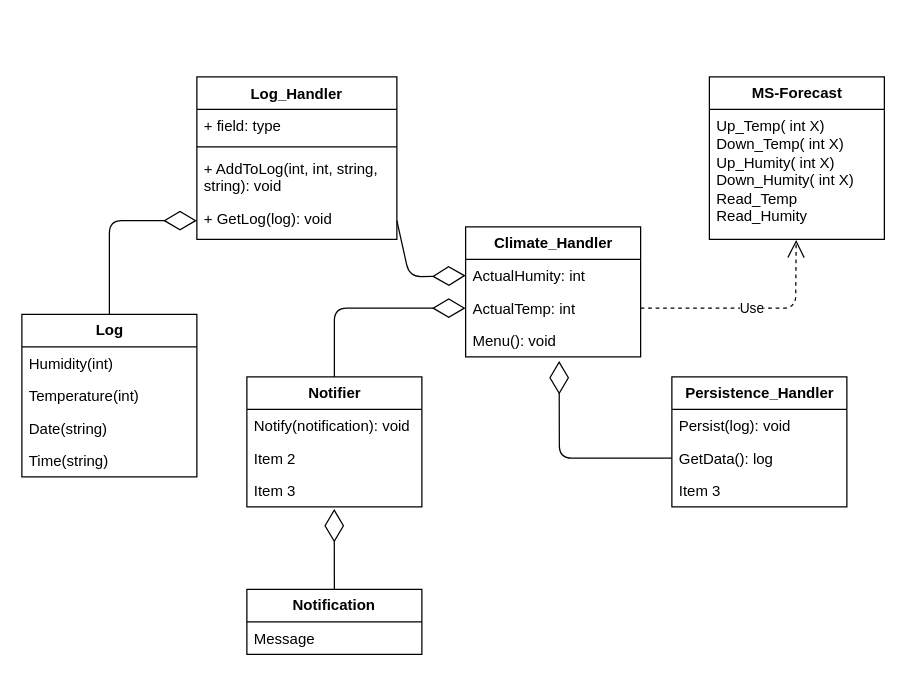
This is UML/Classes/Class_diagram.drawio from cirobrachetta/climate_handler, a draw.io file, before an edit. Source tidied: cells renumbered, new cells numbered last; positions are measured from the earlier drawing's top-left corner, leaving out a move shared by most shapes. Both pictures are drawn from the tidied source at 125%, with x=0, y=0 at pixel (21, 76).
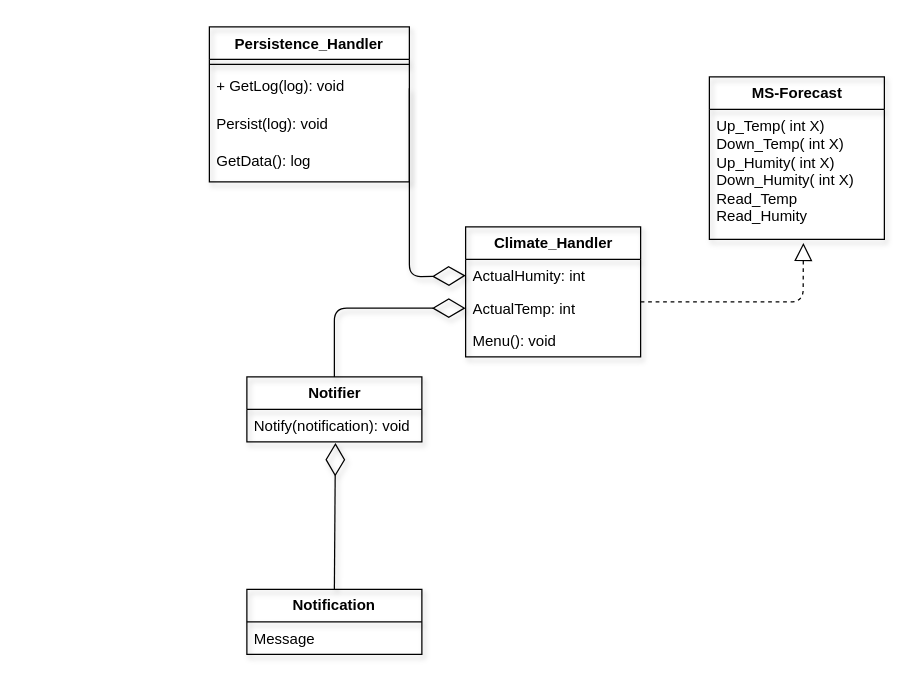
Above is the later version.

Change to the diagram source:
```diff
@@
-<mxGraphModel>
+<mxGraphModel background="#ffffff">
@@
-    <mxCell id="2" value="&lt;b&gt;MS-Forecast&lt;/b&gt;" style="swimlane;fontStyle=0;horizontal=1;startSize=26;fillColor=none;html=1;" parent="1" vertex="1">
+    <mxCell id="2" value="&lt;b&gt;MS-Forecast&lt;/b&gt;" style="swimlane;fontStyle=0;horizontal=1;startSize=26;fillColor=none;html=1;shadow=1;" parent="1" vertex="1">
       <mxGeometry x="550" width="140" height="130" as="geometry" />
     </mxCell>
-    <mxCell id="3" value="&lt;div&gt;&lt;font color=&quot;#000000&quot;&gt;Up_Temp( int X)&lt;/font&gt;&lt;/div&gt;&lt;div&gt;&lt;font color=&quot;#000000&quot;&gt;Down_Temp( int X)&lt;/font&gt;&lt;/div&gt;&lt;div&gt;&lt;font color=&quot;#000000&quot;&gt;Up_Humity( int X)&lt;/font&gt;&lt;/div&gt;&lt;div&gt;&lt;font color=&quot;#000000&quot;&gt;Down_Humity( int X)&lt;/font&gt;&lt;/div&gt;&lt;div&gt;&lt;font color=&quot;#000000&quot;&gt;Read_Temp&lt;/font&gt;&lt;/div&gt;&lt;div&gt;&lt;font color=&quot;#000000&quot;&gt;Read_Humity&lt;/font&gt;&lt;/div&gt;" style="text;strokeColor=none;fillColor=none;align=left;verticalAlign=top;spacingLeft=4;spacingRight=4;overflow=hidden;points=[[0,0.5],[1,0.5]];portConstraint=eastwest;whiteSpace=wrap;html=1;" parent="2" vertex="1">
+    <mxCell id="3" value="&lt;div&gt;&lt;font color=&quot;#000000&quot;&gt;Up_Temp( int X)&lt;/font&gt;&lt;/div&gt;&lt;div&gt;&lt;font color=&quot;#000000&quot;&gt;Down_Temp( int X)&lt;/font&gt;&lt;/div&gt;&lt;div&gt;&lt;font color=&quot;#000000&quot;&gt;Up_Humity( int X)&lt;/font&gt;&lt;/div&gt;&lt;div&gt;&lt;font color=&quot;#000000&quot;&gt;Down_Humity( int X)&lt;/font&gt;&lt;/div&gt;&lt;div&gt;&lt;font color=&quot;#000000&quot;&gt;Read_Temp&lt;/font&gt;&lt;/div&gt;&lt;div&gt;&lt;font color=&quot;#000000&quot;&gt;Read_Humity&lt;/font&gt;&lt;/div&gt;" style="text;strokeColor=none;fillColor=none;align=left;verticalAlign=top;spacingLeft=4;spacingRight=4;overflow=hidden;points=[[0,0.5],[1,0.5]];portConstraint=eastwest;whiteSpace=wrap;html=1;shadow=1;" parent="2" vertex="1">
       <mxGeometry y="26" width="140" height="104" as="geometry" />
     </mxCell>
-    <mxCell id="4" value="&lt;b&gt;Log&lt;/b&gt;" style="swimlane;fontStyle=0;horizontal=1;startSize=26;fillColor=none;html=1;" parent="1" vertex="1">
-      <mxGeometry y="190" width="140" height="130" as="geometry" />
-    </mxCell>
-    <mxCell id="5" value="Humidity(int)" style="text;strokeColor=none;fillColor=none;align=left;verticalAlign=top;spacingLeft=4;spacingRight=4;overflow=hidden;whiteSpace=wrap;html=1;" parent="4" vertex="1">
-      <mxGeometry y="26" width="140" height="26" as="geometry" />
-    </mxCell>
-    <mxCell id="6" value="Temperature(int)" style="text;strokeColor=none;fillColor=none;align=left;verticalAlign=top;spacingLeft=4;spacingRight=4;overflow=hidden;whiteSpace=wrap;html=1;" parent="4" vertex="1">
-      <mxGeometry y="52" width="140" height="26" as="geometry" />
-    </mxCell>
-    <mxCell id="7" value="Date(string)" style="text;strokeColor=none;fillColor=none;align=left;verticalAlign=top;spacingLeft=4;spacingRight=4;overflow=hidden;whiteSpace=wrap;html=1;" parent="4" vertex="1">
-      <mxGeometry y="78" width="140" height="26" as="geometry" />
-    </mxCell>
-    <mxCell id="8" value="Time(string)" style="text;strokeColor=none;fillColor=none;align=left;verticalAlign=top;spacingLeft=4;spacingRight=4;overflow=hidden;whiteSpace=wrap;html=1;" parent="4" vertex="1">
-      <mxGeometry y="104" width="140" height="26" as="geometry" />
-    </mxCell>
-    <mxCell id="9" value="&lt;b&gt;Notifier&lt;/b&gt;" style="swimlane;fontStyle=0;horizontal=1;startSize=26;fillColor=none;html=1;" parent="1" vertex="1">
-      <mxGeometry x="180" y="240" width="140" height="104" as="geometry" />
+    <mxCell id="9" value="&lt;b&gt;Notifier&lt;/b&gt;" style="swimlane;fontStyle=0;horizontal=1;startSize=26;fillColor=none;html=1;shadow=1;" parent="1" vertex="1">
+      <mxGeometry x="180" y="240" width="140" height="52" as="geometry" />
     </mxCell>
-    <mxCell id="10" value="Notify(notification): void" style="text;strokeColor=none;fillColor=none;align=left;verticalAlign=top;spacingLeft=4;spacingRight=4;overflow=hidden;points=[[0,0.5],[1,0.5]];portConstraint=eastwest;whiteSpace=wrap;html=1;" parent="9" vertex="1">
+    <mxCell id="10" value="Notify(notification): void" style="text;strokeColor=none;fillColor=none;align=left;verticalAlign=top;spacingLeft=4;spacingRight=4;overflow=hidden;points=[[0,0.5],[1,0.5]];portConstraint=eastwest;whiteSpace=wrap;html=1;shadow=1;" parent="9" vertex="1">
       <mxGeometry y="26" width="140" height="26" as="geometry" />
     </mxCell>
-    <mxCell id="11" value="Item 2" style="text;strokeColor=none;fillColor=none;align=left;verticalAlign=top;spacingLeft=4;spacingRight=4;overflow=hidden;whiteSpace=wrap;html=1;" parent="9" vertex="1">
-      <mxGeometry y="52" width="140" height="26" as="geometry" />
-    </mxCell>
-    <mxCell id="12" value="Item 3" style="text;strokeColor=none;fillColor=none;align=left;verticalAlign=top;spacingLeft=4;spacingRight=4;overflow=hidden;points=[[0,0.5],[1,0.5]];portConstraint=eastwest;whiteSpace=wrap;html=1;" parent="9" vertex="1">
-      <mxGeometry y="78" width="140" height="26" as="geometry" />
-    </mxCell>
-    <mxCell id="13" value="&lt;b&gt;Persistence_Handler&lt;/b&gt;" style="swimlane;fontStyle=0;horizontal=1;startSize=26;fillColor=none;html=1;" parent="1" vertex="1">
-      <mxGeometry x="520" y="240" width="140" height="104" as="geometry" />
-    </mxCell>
-    <mxCell id="14" value="Persist(log): void" style="text;strokeColor=none;fillColor=none;align=left;verticalAlign=top;spacingLeft=4;spacingRight=4;overflow=hidden;whiteSpace=wrap;html=1;" parent="13" vertex="1">
-      <mxGeometry y="26" width="140" height="26" as="geometry" />
-    </mxCell>
-    <mxCell id="15" value="GetData(): log" style="text;strokeColor=none;fillColor=none;align=left;verticalAlign=top;spacingLeft=4;spacingRight=4;overflow=hidden;points=[[0,0.5],[1,0.5]];portConstraint=eastwest;whiteSpace=wrap;html=1;" parent="13" vertex="1">
-      <mxGeometry y="52" width="140" height="26" as="geometry" />
-    </mxCell>
-    <mxCell id="16" value="Item 3" style="text;strokeColor=none;fillColor=none;align=left;verticalAlign=top;spacingLeft=4;spacingRight=4;overflow=hidden;whiteSpace=wrap;html=1;" parent="13" vertex="1">
-      <mxGeometry y="78" width="140" height="26" as="geometry" />
-    </mxCell>
-    <mxCell id="17" value="&lt;b&gt;Climate_Handler&lt;/b&gt;" style="swimlane;fontStyle=0;horizontal=1;startSize=26;fillColor=none;html=1;" parent="1" vertex="1">
+    <mxCell id="17" value="&lt;b&gt;Climate_Handler&lt;/b&gt;" style="swimlane;fontStyle=0;horizontal=1;startSize=26;fillColor=none;html=1;shadow=1;" parent="1" vertex="1">
       <mxGeometry x="355" y="120" width="140" height="104" as="geometry" />
     </mxCell>
-    <mxCell id="18" value="ActualHumity: int" style="text;strokeColor=none;fillColor=none;align=left;verticalAlign=top;spacingLeft=4;spacingRight=4;overflow=hidden;points=[[0,0.5],[1,0.5]];portConstraint=eastwest;whiteSpace=wrap;html=1;" parent="17" vertex="1">
+    <mxCell id="18" value="ActualHumity: int" style="text;strokeColor=none;fillColor=none;align=left;verticalAlign=top;spacingLeft=4;spacingRight=4;overflow=hidden;points=[[0,0.5],[1,0.5]];portConstraint=eastwest;whiteSpace=wrap;html=1;shadow=1;" parent="17" vertex="1">
       <mxGeometry y="26" width="140" height="26" as="geometry" />
     </mxCell>
-    <mxCell id="19" value="ActualTemp: int" style="text;strokeColor=none;fillColor=none;align=left;verticalAlign=top;spacingLeft=4;spacingRight=4;overflow=hidden;points=[[0,0.5],[1,0.5]];portConstraint=eastwest;whiteSpace=wrap;html=1;" parent="17" vertex="1">
+    <mxCell id="19" value="ActualTemp: int" style="text;strokeColor=none;fillColor=none;align=left;verticalAlign=top;spacingLeft=4;spacingRight=4;overflow=hidden;points=[[0,0.5],[1,0.5]];portConstraint=eastwest;whiteSpace=wrap;html=1;shadow=1;" parent="17" vertex="1">
       <mxGeometry y="52" width="140" height="26" as="geometry" />
     </mxCell>
-    <mxCell id="20" value="Menu(): void" style="text;strokeColor=none;fillColor=none;align=left;verticalAlign=top;spacingLeft=4;spacingRight=4;overflow=hidden;whiteSpace=wrap;html=1;" parent="17" vertex="1">
+    <mxCell id="20" value="Menu(): void" style="text;strokeColor=none;fillColor=none;align=left;verticalAlign=top;spacingLeft=4;spacingRight=4;overflow=hidden;whiteSpace=wrap;html=1;shadow=1;" parent="17" vertex="1">
       <mxGeometry y="78" width="140" height="26" as="geometry" />
     </mxCell>
-    <mxCell id="21" style="endArrow=diamondThin;endFill=0;endSize=24;html=1;exitX=0.5;exitY=0;exitDx=0;exitDy=0;entryX=0;entryY=0.5;entryDx=0;entryDy=0;" parent="1" edge="1" source="9" target="19">
+    <mxCell id="21" style="endArrow=diamondThin;endFill=0;endSize=24;html=1;exitX=0.5;exitY=0;exitDx=0;exitDy=0;entryX=0;entryY=0.5;entryDx=0;entryDy=0;shadow=1;" parent="1" edge="1" source="9" target="19">
       <mxGeometry relative="1" as="geometry">
         <Array as="points">
           <mxPoint x="250" y="185" />
         </Array>
       </mxGeometry>
     </mxCell>
-    <mxCell id="22" value="Log_Handler" style="swimlane;fontStyle=1;align=center;verticalAlign=top;horizontal=1;startSize=26;whiteSpace=wrap;html=1;" parent="1" vertex="1">
-      <mxGeometry x="140" width="160" height="130" as="geometry" />
+    <mxCell id="22" value="Persistence_Handler" style="swimlane;fontStyle=1;align=center;verticalAlign=top;horizontal=1;startSize=26;whiteSpace=wrap;html=1;fillColor=none;shadow=1;" parent="1" vertex="1">
+      <mxGeometry x="150" y="-40" width="160" height="124" as="geometry" />
     </mxCell>
-    <mxCell id="23" value="+ field: type" style="text;strokeColor=none;fillColor=none;align=left;verticalAlign=top;spacingLeft=4;spacingRight=4;overflow=hidden;whiteSpace=wrap;html=1;" parent="22" vertex="1">
-      <mxGeometry y="26" width="160" height="26" as="geometry" />
-    </mxCell>
-    <mxCell id="24" style="line;strokeWidth=1;fillColor=none;align=left;verticalAlign=middle;spacingTop=-1;spacingLeft=3;spacingRight=3;labelPosition=right;strokeColor=inherit;" parent="22" vertex="1">
-      <mxGeometry y="52" width="160" height="8" as="geometry" />
+    <mxCell id="24" style="line;strokeWidth=1;fillColor=none;align=left;verticalAlign=middle;spacingTop=-1;spacingLeft=3;spacingRight=3;labelPosition=right;strokeColor=inherit;shadow=1;" parent="22" vertex="1">
+      <mxGeometry y="26" width="160" height="8" as="geometry" />
     </mxCell>
-    <mxCell id="25" value="+ AddToLog(int, int, string, string): void" style="text;strokeColor=none;fillColor=none;align=left;verticalAlign=top;spacingLeft=4;spacingRight=4;overflow=hidden;whiteSpace=wrap;html=1;" parent="22" vertex="1">
-      <mxGeometry y="60" width="160" height="40" as="geometry" />
-    </mxCell>
-    <mxCell id="26" value="+ GetLog(log): void" style="text;strokeColor=none;fillColor=none;align=left;verticalAlign=top;spacingLeft=4;spacingRight=4;overflow=hidden;points=[[0,0.5],[1,0.5]];portConstraint=eastwest;whiteSpace=wrap;html=1;" parent="22" vertex="1">
-      <mxGeometry y="100" width="160" height="30" as="geometry" />
+    <mxCell id="26" value="+ GetLog(log): void" style="text;strokeColor=none;fillColor=none;align=left;verticalAlign=top;spacingLeft=4;spacingRight=4;overflow=hidden;points=[[0,0.5],[1,0.5]];portConstraint=eastwest;whiteSpace=wrap;html=1;shadow=1;" parent="22" vertex="1">
+      <mxGeometry y="34" width="160" height="30" as="geometry" />
     </mxCell>
+    <mxCell id="14" value="&lt;span style=&quot;color: rgb(0, 0, 0);&quot;&gt;Persist(log): void&lt;/span&gt;" style="text;strokeColor=none;fillColor=none;align=left;verticalAlign=top;spacingLeft=4;spacingRight=4;overflow=hidden;whiteSpace=wrap;html=1;shadow=1;" parent="22" vertex="1">
+      <mxGeometry y="64" width="160" height="30" as="geometry" />
+    </mxCell>
+    <mxCell id="15" value="&lt;span style=&quot;color: rgb(0, 0, 0);&quot;&gt;GetData(): log&lt;/span&gt;" style="text;strokeColor=none;fillColor=none;align=left;verticalAlign=top;spacingLeft=4;spacingRight=4;overflow=hidden;points=[[0,0.5],[1,0.5]];portConstraint=eastwest;whiteSpace=wrap;html=1;shadow=1;" parent="22" vertex="1">
+      <mxGeometry y="94" width="160" height="30" as="geometry" />
+    </mxCell>
-    <mxCell id="27" value="&lt;b&gt;Notification&lt;/b&gt;" style="swimlane;fontStyle=0;horizontal=1;startSize=26;fillColor=none;whiteSpace=wrap;html=1;" parent="1" vertex="1">
+    <mxCell id="27" value="&lt;b&gt;Notification&lt;/b&gt;" style="swimlane;fontStyle=0;horizontal=1;startSize=26;fillColor=none;whiteSpace=wrap;html=1;shadow=1;" parent="1" vertex="1">
       <mxGeometry x="180" y="410" width="140" height="52" as="geometry" />
     </mxCell>
-    <mxCell id="28" value="Message" style="text;strokeColor=none;fillColor=none;align=left;verticalAlign=top;spacingLeft=4;spacingRight=4;overflow=hidden;whiteSpace=wrap;html=1;" parent="27" vertex="1">
+    <mxCell id="28" value="Message" style="text;strokeColor=none;fillColor=none;align=left;verticalAlign=top;spacingLeft=4;spacingRight=4;overflow=hidden;whiteSpace=wrap;html=1;shadow=1;" parent="27" vertex="1">
       <mxGeometry y="26" width="140" height="26" as="geometry" />
     </mxCell>
-    <mxCell id="29" style="endArrow=diamondThin;endFill=0;endSize=24;html=1;exitX=0.5;exitY=0;exitDx=0;exitDy=0;entryX=0.499;entryY=1.062;entryDx=0;entryDy=0;entryPerimeter=0;" parent="1" edge="1" source="27" target="12">
+    <mxCell id="29" style="endArrow=diamondThin;endFill=0;endSize=24;html=1;exitX=0.5;exitY=0;exitDx=0;exitDy=0;entryX=0.506;entryY=1.031;entryDx=0;entryDy=0;entryPerimeter=0;shadow=1;" parent="1" edge="1" source="27" target="10">
       <mxGeometry relative="1" as="geometry" />
     </mxCell>
-    <mxCell id="30" value="Use" style="endArrow=open;endSize=12;dashed=1;html=1;exitX=1;exitY=0.5;exitDx=0;exitDy=0;entryX=0.496;entryY=1.004;entryDx=0;entryDy=0;entryPerimeter=0;" parent="1" edge="1" source="19" target="3">
-      <mxGeometry relative="1" as="geometry">
-        <Array as="points">
-          <mxPoint x="619" y="185" />
-        </Array>
-      </mxGeometry>
-    </mxCell>
-    <mxCell id="31" style="endArrow=diamondThin;endFill=0;endSize=24;html=1;exitX=0;exitY=0.5;exitDx=0;exitDy=0;entryX=0.534;entryY=1.123;entryDx=0;entryDy=0;entryPerimeter=0;" parent="1" edge="1" source="15">
-      <mxGeometry relative="1" as="geometry">
-        <mxPoint x="429.8" y="227.2" as="targetPoint" />
-        <Array as="points">
-          <mxPoint x="430" y="305" />
-        </Array>
-      </mxGeometry>
-    </mxCell>
-    <mxCell id="32" style="endArrow=diamondThin;endFill=0;endSize=24;html=1;exitX=0.5;exitY=0;exitDx=0;exitDy=0;entryX=0;entryY=0.5;entryDx=0;entryDy=0;" parent="1" edge="1" source="4" target="26">
-      <mxGeometry relative="1" as="geometry">
-        <Array as="points">
-          <mxPoint x="70" y="115" />
-        </Array>
-      </mxGeometry>
-    </mxCell>
-    <mxCell id="33" style="endArrow=diamondThin;endFill=0;endSize=24;html=1;exitX=1;exitY=0.5;exitDx=0;exitDy=0;entryX=0;entryY=0.5;entryDx=0;entryDy=0;" parent="1" edge="1" source="26" target="18">
+    <mxCell id="33" style="endArrow=diamondThin;endFill=0;endSize=24;html=1;exitX=1;exitY=0.5;exitDx=0;exitDy=0;entryX=0;entryY=0.5;entryDx=0;entryDy=0;shadow=1;" parent="1" edge="1" source="26" target="18">
       <mxGeometry relative="1" as="geometry">
         <Array as="points">
           <mxPoint x="310" y="160" />
         </Array>
       </mxGeometry>
     </mxCell>
+    <mxCell id="34" style="endArrow=block;dashed=1;endFill=0;endSize=12;html=1;entryX=0.537;entryY=1.027;entryDx=0;entryDy=0;entryPerimeter=0;" parent="1" edge="1" target="3">
+      <mxGeometry relative="1" as="geometry">
+        <mxPoint x="495" y="180" as="sourcePoint" />
+        <Array as="points">
+          <mxPoint x="625" y="180" />
+        </Array>
+      </mxGeometry>
+    </mxCell>
```
